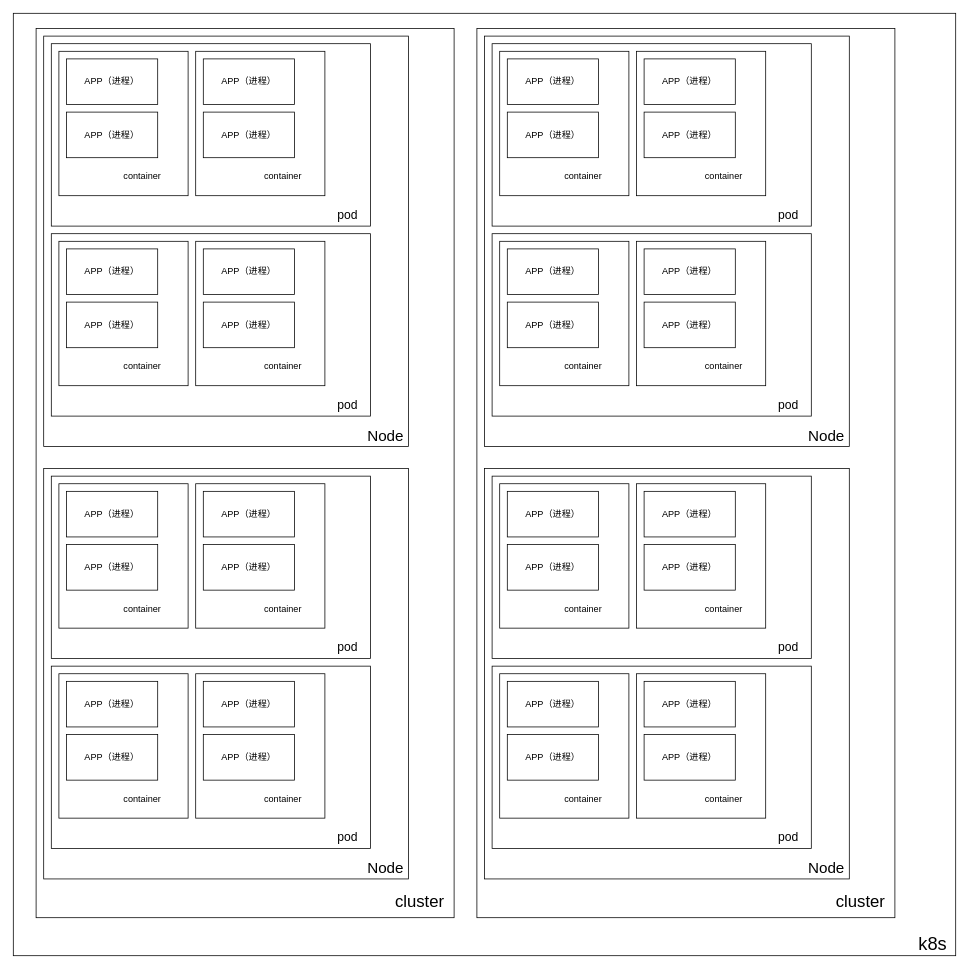
junpfeng/UE keeps this draw.io diagram as ks8.drawio. Above is the earlier version. Source tidied: cells renumbered, new cells numbered last; positions are measured from the earlier drawing's top-left corner, leaving out a move shared by most shapes. Both pictures are drawn from the tidied source at 76%, with x=0, y=0 at pixel (13, 13).
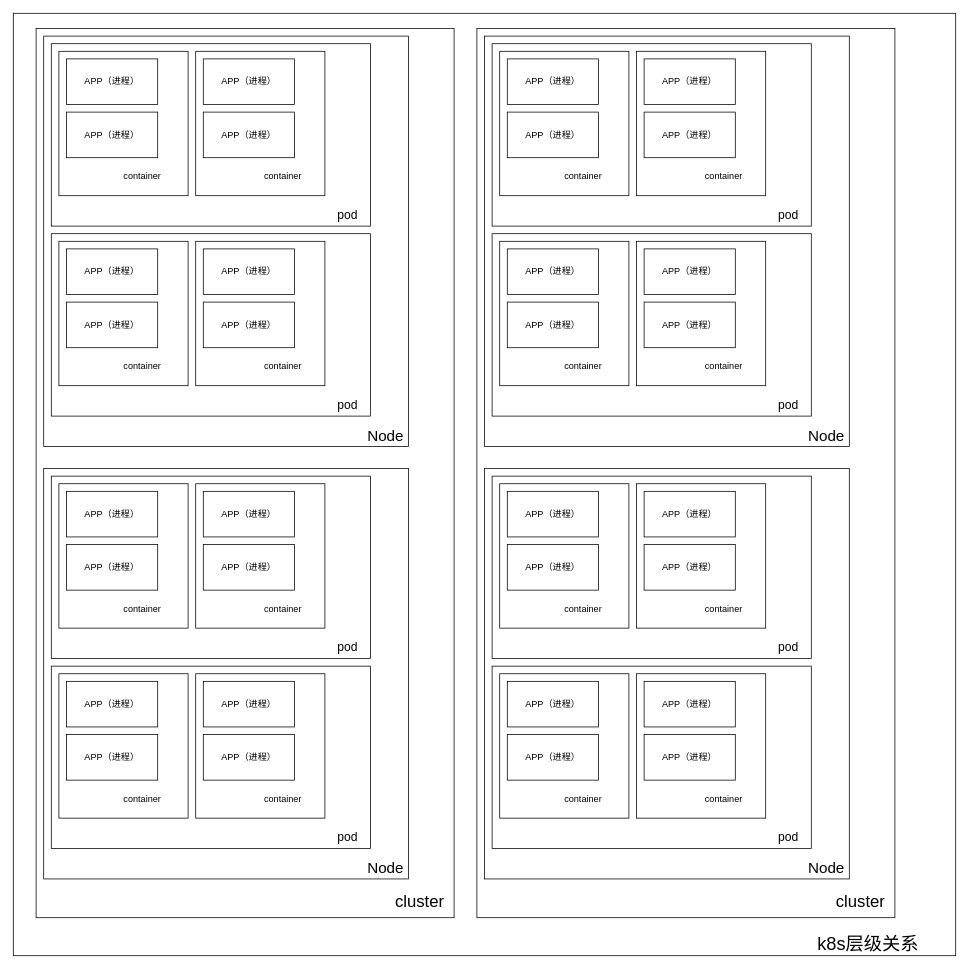
Above is the later version.

The edit, as a diff of the source:
```diff
@@
-    <mxCell id="95" value="&lt;font style=&quot;font-size: 24px;&quot;&gt;k8s&lt;/font&gt;" style="text;html=1;whiteSpace=wrap;strokeColor=none;fillColor=none;align=center;verticalAlign=middle;rounded=0;" parent="1" vertex="1">
-      <mxGeometry x="1180" y="1210" width="60" height="30" as="geometry" />
+    <mxCell id="95" value="&lt;font style=&quot;font-size: 24px;&quot;&gt;k8s层级关系&lt;/font&gt;" style="text;html=1;whiteSpace=wrap;strokeColor=none;fillColor=none;align=center;verticalAlign=middle;rounded=0;" parent="1" vertex="1">
+      <mxGeometry x="1010" y="1210" width="230" height="30" as="geometry" />
     </mxCell>
```
